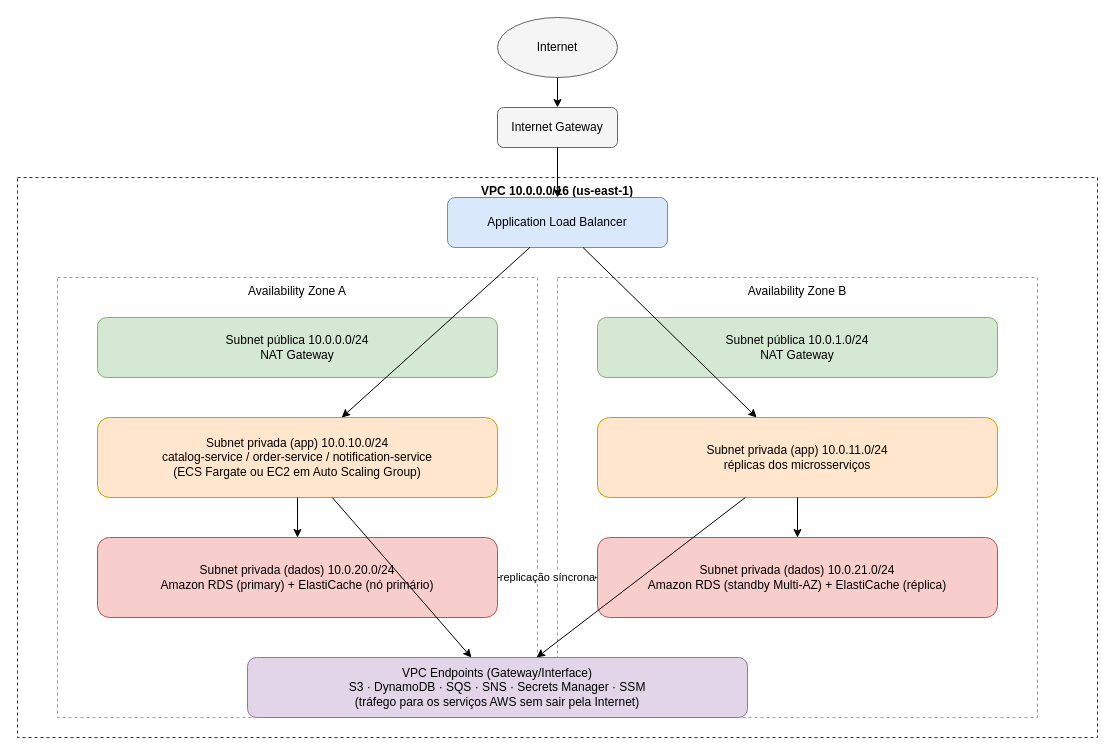
The draw.io diagram ebook/diagrams/03-rede-vpc.drawio in camarguinho/aws-learning, before the edit. Source tidied: cells renumbered, new cells numbered last; positions are measured from the earlier drawing's top-left corner, leaving out a move shared by most shapes. Both pictures are drawn from the tidied source at 100%, with x=0, y=0 at pixel (17, 17).
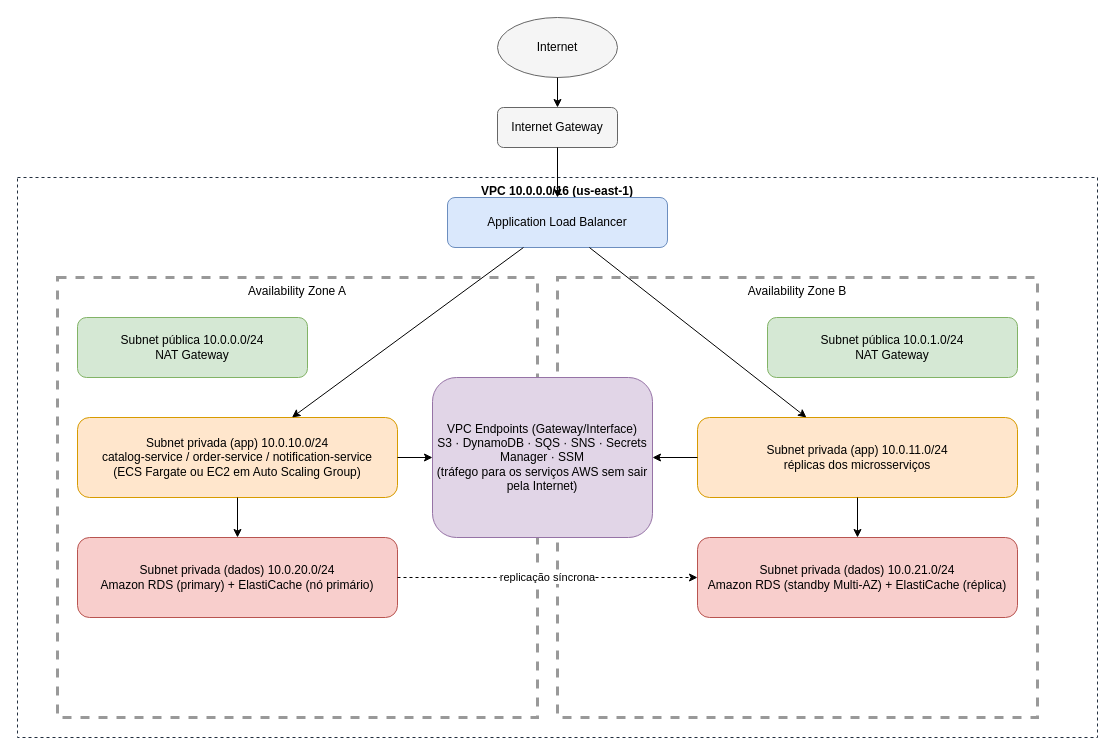
After the change.

Commit message (it also covers changes not shown here):
(doc): geracao de novos vetores

What changed in the source:
```diff
@@
-    <mxCell id="6" value="Availability Zone A" style="rounded=0;whiteSpace=wrap;html=1;verticalAlign=top;fillColor=none;strokeColor=#999999;dashed=1;" parent="1" vertex="1">
+    <mxCell id="6" value="Availability Zone A" style="rounded=0;whiteSpace=wrap;html=1;verticalAlign=top;fillColor=none;strokeColor=#999999;dashed=1;strokeWidth=3;" parent="1" vertex="1">
       <mxGeometry x="40" y="260" width="480" height="440" as="geometry" />
     </mxCell>
-    <mxCell id="7" value="Availability Zone B" style="rounded=0;whiteSpace=wrap;html=1;verticalAlign=top;fillColor=none;strokeColor=#999999;dashed=1;" parent="1" vertex="1">
+    <mxCell id="7" value="Availability Zone B" style="rounded=0;whiteSpace=wrap;html=1;verticalAlign=top;fillColor=none;strokeColor=#999999;dashed=1;strokeWidth=3;" parent="1" vertex="1">
       <mxGeometry x="540" y="260" width="480" height="440" as="geometry" />
     </mxCell>
     <mxCell id="8" value="Subnet pública 10.0.0.0/24&#10;NAT Gateway" style="rounded=1;whiteSpace=wrap;html=1;fillColor=#d5e8d4;strokeColor=#82b366;" parent="1" vertex="1">
-      <mxGeometry x="80" y="300" width="400" height="60" as="geometry" />
+      <mxGeometry x="60" y="300" width="230" height="60" as="geometry" />
     </mxCell>
     <mxCell id="9" value="Subnet privada (app) 10.0.10.0/24&#10;catalog-service / order-service / notification-service&#10;(ECS Fargate ou EC2 em Auto Scaling Group)" style="rounded=1;whiteSpace=wrap;html=1;fillColor=#ffe6cc;strokeColor=#d79b00;" parent="1" vertex="1">
-      <mxGeometry x="80" y="400" width="400" height="80" as="geometry" />
+      <mxGeometry x="60" y="400" width="320" height="80" as="geometry" />
     </mxCell>
     <mxCell id="10" value="Subnet privada (dados) 10.0.20.0/24&#10;Amazon RDS (primary) + ElastiCache (nó primário)" style="rounded=1;whiteSpace=wrap;html=1;fillColor=#f8cecc;strokeColor=#b85450;" parent="1" vertex="1">
-      <mxGeometry x="80" y="520" width="400" height="80" as="geometry" />
+      <mxGeometry x="60" y="520" width="320" height="80" as="geometry" />
     </mxCell>
     <mxCell id="11" value="Subnet pública 10.0.1.0/24&#10;NAT Gateway" style="rounded=1;whiteSpace=wrap;html=1;fillColor=#d5e8d4;strokeColor=#82b366;" parent="1" vertex="1">
-      <mxGeometry x="580" y="300" width="400" height="60" as="geometry" />
+      <mxGeometry x="750" y="300" width="250" height="60" as="geometry" />
     </mxCell>
     <mxCell id="12" value="Subnet privada (app) 10.0.11.0/24&#10;réplicas dos microsserviços" style="rounded=1;whiteSpace=wrap;html=1;fillColor=#ffe6cc;strokeColor=#d79b00;" parent="1" vertex="1">
-      <mxGeometry x="580" y="400" width="400" height="80" as="geometry" />
+      <mxGeometry x="680" y="400" width="320" height="80" as="geometry" />
     </mxCell>
     <mxCell id="13" value="Subnet privada (dados) 10.0.21.0/24&#10;Amazon RDS (standby Multi-AZ) + ElastiCache (réplica)" style="rounded=1;whiteSpace=wrap;html=1;fillColor=#f8cecc;strokeColor=#b85450;" parent="1" vertex="1">
-      <mxGeometry x="580" y="520" width="400" height="80" as="geometry" />
+      <mxGeometry x="680" y="520" width="320" height="80" as="geometry" />
     </mxCell>
     <mxCell id="14" value="VPC Endpoints (Gateway/Interface)&#10;S3 · DynamoDB · SQS · SNS · Secrets Manager · SSM&#10;(tráfego para os serviços AWS sem sair pela Internet)" style="rounded=1;whiteSpace=wrap;html=1;fillColor=#e1d5e7;strokeColor=#9673a6;" parent="1" vertex="1">
-      <mxGeometry x="230" y="640" width="500" height="60" as="geometry" />
+      <mxGeometry x="415" y="360" width="220" height="160" as="geometry" />
     </mxCell>
```
